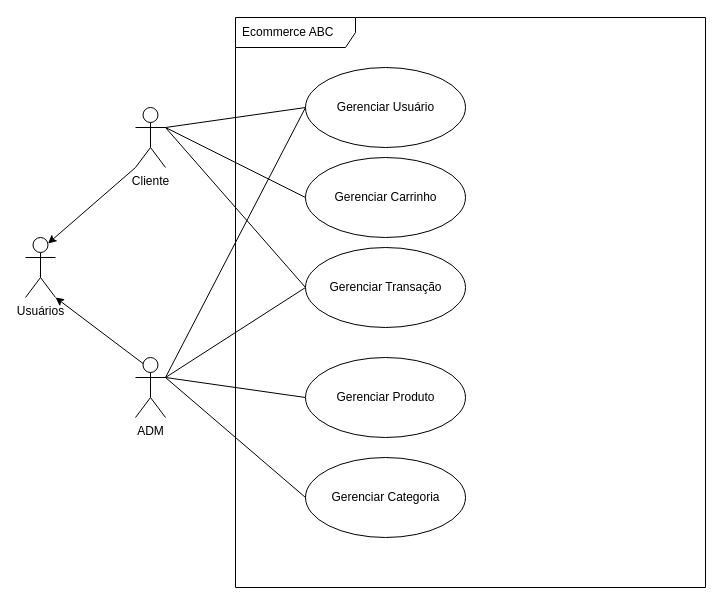
avilahesnan/ecommerce-node-api keeps this draw.io diagram as page "Visão Geral - Domínio" (1 of 2) of requirements/ecommerce-use-case.drawio. Above is the earlier version. Source tidied: cells renumbered, new cells numbered last; positions are measured from the earlier drawing's top-left corner, leaving out a move shared by most shapes. Both pictures are drawn from the tidied source at 100%, with x=0, y=0 at pixel (25, 17).
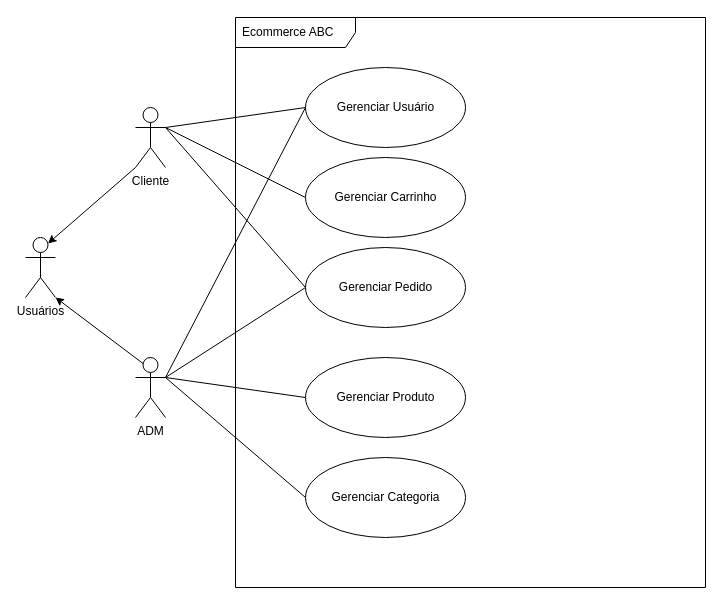
Above is the later version.

Diff of the diagram source:
```diff
@@
 <mxGraphModel>
   <root>
     <mxCell id="0" />
     <mxCell id="1" parent="0" />
     <mxCell id="2" value="Ecommerce ABC" style="shape=umlFrame;whiteSpace=wrap;html=1;width=120;height=30;boundedLbl=1;verticalAlign=middle;align=left;spacingLeft=5;" parent="1" vertex="1">
       <mxGeometry x="210" width="470" height="570" as="geometry" />
     </mxCell>
     <mxCell id="3" style="edgeStyle=none;html=1;exitX=0.25;exitY=0.1;exitDx=0;exitDy=0;exitPerimeter=0;entryX=1;entryY=1;entryDx=0;entryDy=0;entryPerimeter=0;" parent="1" edge="1" source="8" target="14">
       <mxGeometry relative="1" as="geometry" />
     </mxCell>
     <mxCell id="4" style="edgeStyle=none;html=1;exitX=1;exitY=0.3333333333333333;exitDx=0;exitDy=0;exitPerimeter=0;entryX=0;entryY=0.5;entryDx=0;entryDy=0;endArrow=none;endFill=0;" parent="1" edge="1" source="8" target="19">
       <mxGeometry relative="1" as="geometry" />
     </mxCell>
     <mxCell id="5" style="edgeStyle=none;html=1;exitX=1;exitY=0.3333333333333333;exitDx=0;exitDy=0;exitPerimeter=0;entryX=0;entryY=0.5;entryDx=0;entryDy=0;endArrow=none;endFill=0;" parent="1" edge="1" source="8" target="15">
       <mxGeometry relative="1" as="geometry" />
     </mxCell>
     <mxCell id="6" style="edgeStyle=none;html=1;exitX=1;exitY=0.3333333333333333;exitDx=0;exitDy=0;exitPerimeter=0;entryX=0;entryY=0.5;entryDx=0;entryDy=0;endArrow=none;endFill=0;" parent="1" edge="1" source="8" target="16">
       <mxGeometry relative="1" as="geometry" />
     </mxCell>
     <mxCell id="7" style="edgeStyle=none;html=1;exitX=1;exitY=0.3333333333333333;exitDx=0;exitDy=0;exitPerimeter=0;entryX=0;entryY=0.5;entryDx=0;entryDy=0;endArrow=none;endFill=0;" parent="1" edge="1" source="8" target="17">
       <mxGeometry relative="1" as="geometry" />
     </mxCell>
     <mxCell id="8" value="ADM" style="shape=umlActor;verticalLabelPosition=bottom;verticalAlign=top;html=1;" parent="1" vertex="1">
       <mxGeometry x="110" y="340" width="30" height="60" as="geometry" />
     </mxCell>
     <mxCell id="9" style="edgeStyle=none;html=1;exitX=0;exitY=1;exitDx=0;exitDy=0;exitPerimeter=0;entryX=0.75;entryY=0.1;entryDx=0;entryDy=0;entryPerimeter=0;" parent="1" edge="1" source="13" target="14">
       <mxGeometry relative="1" as="geometry" />
     </mxCell>
     <mxCell id="10" style="edgeStyle=none;html=1;exitX=1;exitY=0.3333333333333333;exitDx=0;exitDy=0;exitPerimeter=0;entryX=0;entryY=0.5;entryDx=0;entryDy=0;endArrow=none;endFill=0;" parent="1" edge="1" source="13" target="18">
       <mxGeometry relative="1" as="geometry" />
     </mxCell>
     <mxCell id="11" style="edgeStyle=none;html=1;exitX=1;exitY=0.3333333333333333;exitDx=0;exitDy=0;exitPerimeter=0;entryX=0;entryY=0.5;entryDx=0;entryDy=0;endArrow=none;endFill=0;" parent="1" edge="1" source="13" target="19">
       <mxGeometry relative="1" as="geometry" />
     </mxCell>
     <mxCell id="12" style="edgeStyle=none;html=1;exitX=1;exitY=0.3333333333333333;exitDx=0;exitDy=0;exitPerimeter=0;entryX=0;entryY=0.5;entryDx=0;entryDy=0;endArrow=none;endFill=0;" parent="1" edge="1" source="13" target="17">
       <mxGeometry relative="1" as="geometry" />
     </mxCell>
     <mxCell id="13" value="Cliente" style="shape=umlActor;verticalLabelPosition=bottom;verticalAlign=top;html=1;" parent="1" vertex="1">
       <mxGeometry x="110" y="90" width="30" height="60" as="geometry" />
     </mxCell>
     <mxCell id="14" value="Usuários" style="shape=umlActor;verticalLabelPosition=bottom;verticalAlign=top;html=1;" parent="1" vertex="1">
       <mxGeometry y="220" width="30" height="60" as="geometry" />
     </mxCell>
     <mxCell id="15" value="Gerenciar Produto" style="shape=ellipse;horizontal=1;html=1;dashed=0;" parent="1" vertex="1">
       <mxGeometry x="280" y="340" width="160" height="80" as="geometry" />
     </mxCell>
     <mxCell id="16" value="Gerenciar Categoria" style="shape=ellipse;horizontal=1;html=1;dashed=0;" parent="1" vertex="1">
       <mxGeometry x="280" y="440" width="160" height="80" as="geometry" />
     </mxCell>
-    <mxCell id="17" value="Gerenciar Transação" style="shape=ellipse;horizontal=1;html=1;dashed=0;" parent="1" vertex="1">
+    <mxCell id="17" value="Gerenciar Pedido" style="shape=ellipse;horizontal=1;html=1;dashed=0;" parent="1" vertex="1">
       <mxGeometry x="280" y="230" width="160" height="80" as="geometry" />
     </mxCell>
     <mxCell id="18" value="Gerenciar Carrinho" style="shape=ellipse;horizontal=1;html=1;dashed=0;" parent="1" vertex="1">
       <mxGeometry x="280" y="140" width="160" height="80" as="geometry" />
     </mxCell>
     <mxCell id="19" value="Gerenciar Usuário" style="shape=ellipse;horizontal=1;html=1;dashed=0;" parent="1" vertex="1">
       <mxGeometry x="280" y="50" width="160" height="80" as="geometry" />
     </mxCell>
   </root>
 </mxGraphModel>
```
